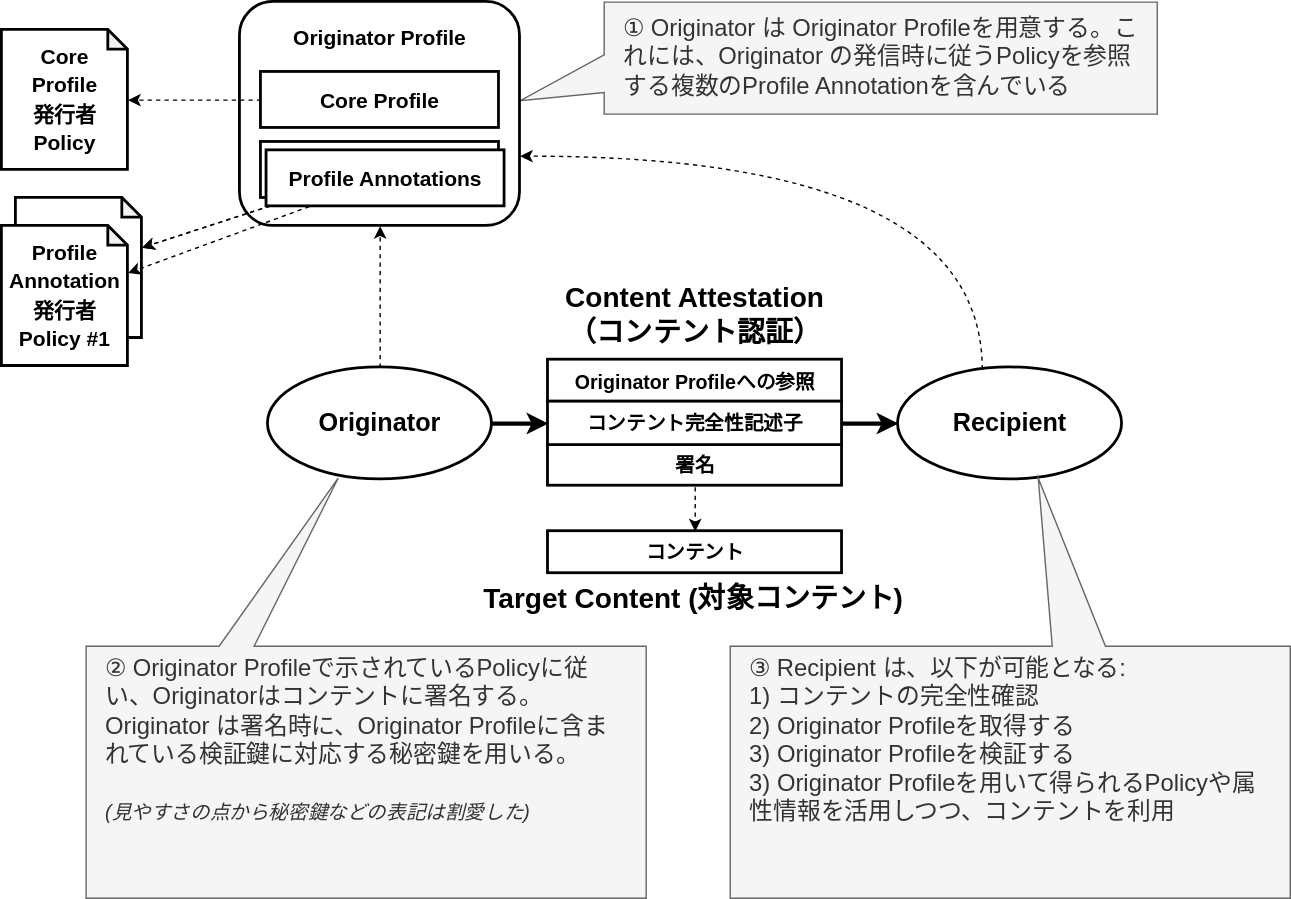
The draw.io diagram Drawings/Architecture-Content_Attestation.ja.drawio.svg in originator-profile/doc-opf-architectural-overview, before a commit. Source tidied: cells renumbered, new cells last; positions are measured from the earlier drawing's top-left corner, leaving out a move shared by most shapes.
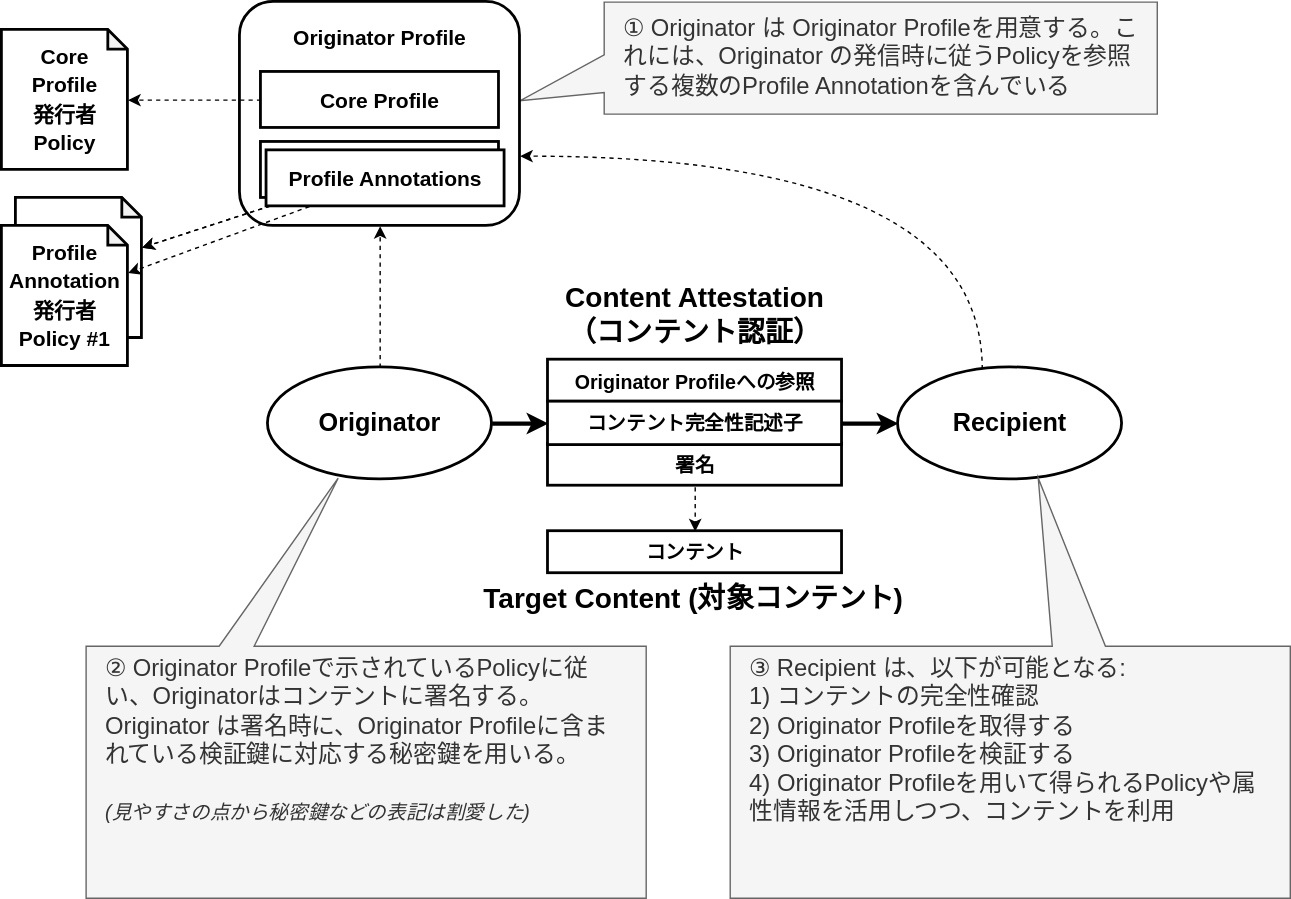
The same file after the commit.

Diff of the diagram source:
```diff
@@ -17,7 +17,7 @@
     <mxCell id="6" value="&lt;b&gt;Content Attestation&lt;/b&gt;" style="text;html=1;align=center;verticalAlign=middle;whiteSpace=wrap;rounded=0;fontSize=20;" parent="1" vertex="1">
       <mxGeometry x="360" y="195" width="270" height="30" as="geometry" />
     </mxCell>
-    <mxCell id="7" value="&lt;div&gt;③&amp;nbsp;&lt;span style=&quot;background-color: transparent; color: light-dark(rgb(51, 51, 51), rgb(193, 193, 193));&quot;&gt;Recipient は、以下が可能となる:&lt;/span&gt;&lt;/div&gt;&lt;div&gt;1) コンテントの完全性確認&lt;/div&gt;&lt;div&gt;2) Originator Profileを取得する&lt;/div&gt;&lt;div&gt;3) Originator Profileを検証する&lt;/div&gt;&lt;div&gt;&lt;span style=&quot;background-color: transparent; color: light-dark(rgb(51, 51, 51), rgb(193, 193, 193));&quot;&gt;3) Originator Profileを用いて得られるPolicyや属性情報を活用しつつ、コンテントを利用&lt;/span&gt;&lt;/div&gt;" style="shape=callout;whiteSpace=wrap;html=1;perimeter=calloutPerimeter;direction=west;fillColor=#f5f5f5;fontColor=#333333;strokeColor=#666666;fontSize=17;position2=0.45;size=120;position=0.33;base=38;align=left;spacingRight=12;spacingLeft=12;verticalAlign=top;" parent="1" vertex="1">
+    <mxCell id="7" value="&lt;div&gt;③&amp;nbsp;&lt;span style=&quot;background-color: transparent; color: light-dark(rgb(51, 51, 51), rgb(193, 193, 193));&quot;&gt;Recipient は、以下が可能となる:&lt;/span&gt;&lt;/div&gt;&lt;div&gt;1) コンテントの完全性確認&lt;/div&gt;&lt;div&gt;2) Originator Profileを取得する&lt;/div&gt;&lt;div&gt;3) Originator Profileを検証する&lt;/div&gt;&lt;div&gt;&lt;span style=&quot;background-color: transparent; color: light-dark(rgb(51, 51, 51), rgb(193, 193, 193));&quot;&gt;4) Originator Profileを用いて得られるPolicyや属性情報を活用しつつ、コンテントを利用&lt;/span&gt;&lt;/div&gt;" style="shape=callout;whiteSpace=wrap;html=1;perimeter=calloutPerimeter;direction=west;fillColor=#f5f5f5;fontColor=#333333;strokeColor=#666666;fontSize=17;position2=0.45;size=120;position=0.33;base=38;align=left;spacingRight=12;spacingLeft=12;verticalAlign=top;" parent="1" vertex="1">
       <mxGeometry x="520" y="340" width="400" height="300" as="geometry" />
     </mxCell>
     <mxCell id="8" value="&lt;div&gt;&lt;span style=&quot;font-size: 15px; background-color: transparent; color: light-dark(rgb(0, 0, 0), rgb(255, 255, 255));&quot;&gt;Policy&lt;/span&gt;&lt;/div&gt;" style="shape=note;whiteSpace=wrap;html=1;backgroundOutline=1;darkOpacity=0.05;strokeWidth=2;fontSize=17;size=14;fontStyle=1;" parent="1" vertex="1">
```
